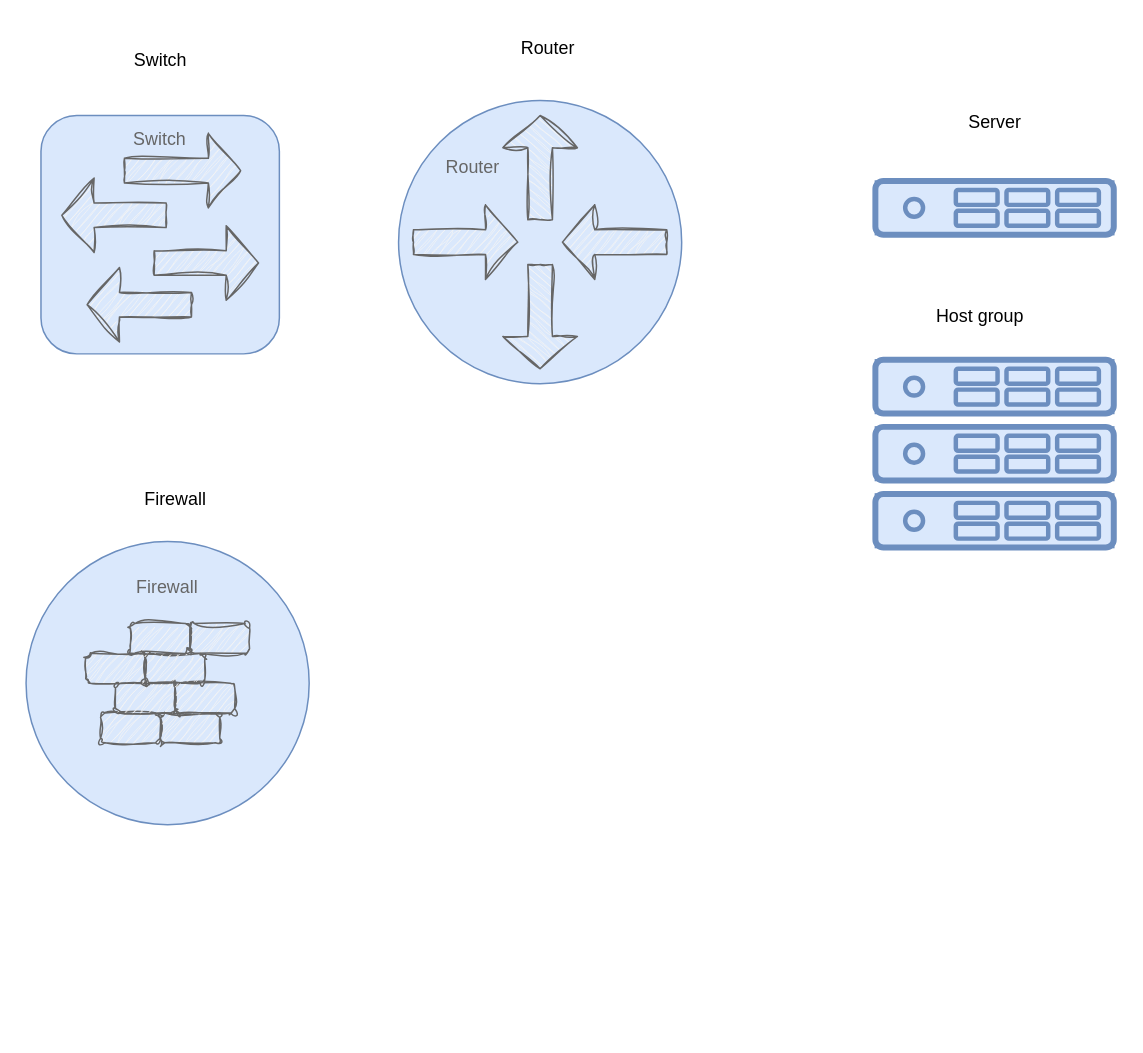
naemon/naemon.github.io keeps this draw.io diagram as src/public/images/usersguide/drawio/templates.drawio. Above is the earlier version. Source tidied: cells renumbered, new cells numbered last; positions are measured from the earlier drawing's top-left corner, leaving out a move shared by most shapes. Both pictures are drawn from the tidied source at 149%, with x=0, y=0 at pixel (25, 25).
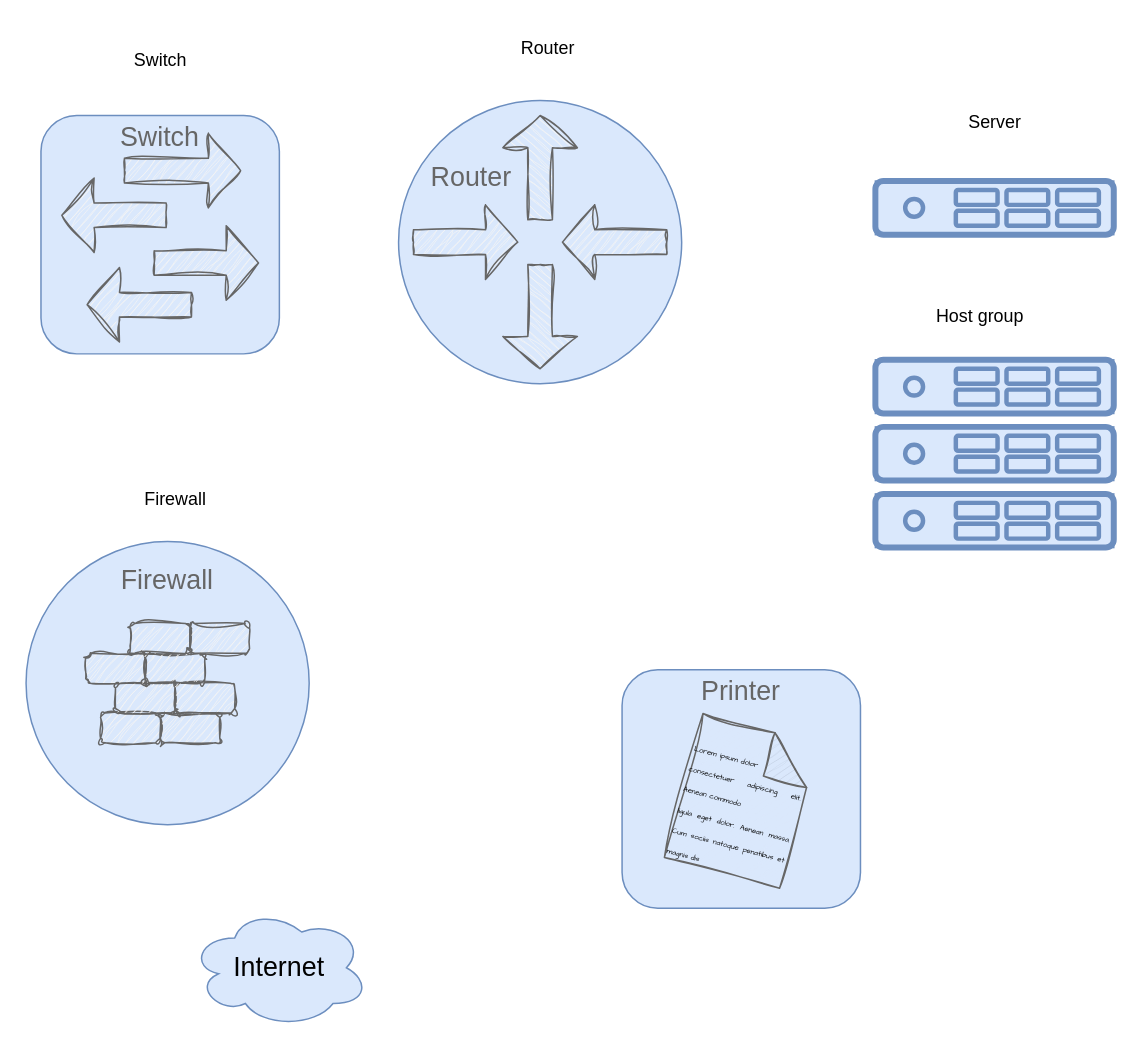
The same diagram, later.

Change to the diagram source:
```diff
@@
-    <mxCell id="13" style="group;fillColor=default;fillStyle=auto;" parent="1" vertex="1">
+    <mxCell id="13" style="group;fillColor=none;fillStyle=auto;" parent="1" vertex="1">
       <mxGeometry x="250" y="50" width="190" height="190" as="geometry" />
     </mxCell>
@@
-    <mxCell id="43" value="&lt;font color=&quot;#666666&quot;&gt;Firewall&lt;/font&gt;&lt;div&gt;&lt;font color=&quot;#666666&quot;&gt;&lt;br&gt;&lt;/font&gt;&lt;/div&gt;&lt;div&gt;&lt;font color=&quot;#666666&quot;&gt;&lt;br&gt;&lt;/font&gt;&lt;/div&gt;&lt;div&gt;&lt;font color=&quot;#666666&quot;&gt;&lt;br&gt;&lt;/font&gt;&lt;/div&gt;&lt;div&gt;&lt;font color=&quot;#666666&quot;&gt;&lt;br&gt;&lt;/font&gt;&lt;/div&gt;&lt;div&gt;&lt;font color=&quot;#666666&quot;&gt;&lt;br&gt;&lt;/font&gt;&lt;/div&gt;&lt;div&gt;&lt;font color=&quot;#666666&quot;&gt;&lt;br&gt;&lt;/font&gt;&lt;/div&gt;&lt;div&gt;&lt;font color=&quot;#666666&quot;&gt;&lt;br&gt;&lt;/font&gt;&lt;/div&gt;&lt;div&gt;&lt;font color=&quot;#666666&quot;&gt;&lt;br&gt;&lt;/font&gt;&lt;/div&gt;&lt;div&gt;&lt;br&gt;&lt;/div&gt;" style="ellipse;whiteSpace=wrap;html=1;fillColor=#dae8fc;strokeColor=#6c8ebf;" parent="1" vertex="1">
+    <mxCell id="43" value="&lt;font style=&quot;font-size: 18px;&quot; color=&quot;#666666&quot;&gt;Firewall&lt;/font&gt;&lt;div&gt;&lt;font style=&quot;font-size: 18px;&quot; color=&quot;#666666&quot;&gt;&lt;br&gt;&lt;/font&gt;&lt;/div&gt;&lt;div&gt;&lt;font style=&quot;font-size: 18px;&quot; color=&quot;#666666&quot;&gt;&lt;br&gt;&lt;/font&gt;&lt;/div&gt;&lt;div&gt;&lt;font style=&quot;font-size: 18px;&quot; color=&quot;#666666&quot;&gt;&lt;br&gt;&lt;/font&gt;&lt;/div&gt;&lt;div&gt;&lt;font style=&quot;font-size: 18px;&quot; color=&quot;#666666&quot;&gt;&lt;br&gt;&lt;/font&gt;&lt;/div&gt;&lt;div&gt;&lt;br&gt;&lt;/div&gt;&lt;div&gt;&lt;font style=&quot;font-size: 18px;&quot; color=&quot;#666666&quot;&gt;&lt;br&gt;&lt;/font&gt;&lt;/div&gt;&lt;div&gt;&lt;br&gt;&lt;/div&gt;" style="ellipse;whiteSpace=wrap;html=1;fillColor=#dae8fc;strokeColor=#6c8ebf;" parent="1" vertex="1">
       <mxGeometry y="346" width="190" height="190" as="geometry" />
     </mxCell>
@@
-    <mxCell id="53" value="&lt;font color=&quot;#666666&quot;&gt;Switch&lt;/font&gt;&lt;div&gt;&lt;font color=&quot;#666666&quot;&gt;&lt;br&gt;&lt;/font&gt;&lt;/div&gt;&lt;div&gt;&lt;font color=&quot;#666666&quot;&gt;&lt;br&gt;&lt;/font&gt;&lt;/div&gt;&lt;div&gt;&lt;font color=&quot;#666666&quot;&gt;&lt;br&gt;&lt;/font&gt;&lt;/div&gt;&lt;div&gt;&lt;font color=&quot;#666666&quot;&gt;&lt;br&gt;&lt;/font&gt;&lt;/div&gt;&lt;div&gt;&lt;font color=&quot;#666666&quot;&gt;&lt;br&gt;&lt;/font&gt;&lt;/div&gt;&lt;div&gt;&lt;font color=&quot;#666666&quot;&gt;&lt;br&gt;&lt;/font&gt;&lt;/div&gt;&lt;div&gt;&lt;font color=&quot;#666666&quot;&gt;&lt;br&gt;&lt;/font&gt;&lt;/div&gt;&lt;div&gt;&lt;font color=&quot;#666666&quot;&gt;&lt;br&gt;&lt;/font&gt;&lt;/div&gt;&lt;div&gt;&lt;br&gt;&lt;/div&gt;" style="rounded=1;whiteSpace=wrap;html=1;fillColor=#dae8fc;strokeColor=#6c8ebf;" parent="1" vertex="1">
+    <mxCell id="53" value="&lt;font style=&quot;font-size: 18px;&quot; color=&quot;#666666&quot;&gt;Switch&lt;/font&gt;&lt;div&gt;&lt;font color=&quot;#666666&quot;&gt;&lt;br&gt;&lt;/font&gt;&lt;/div&gt;&lt;div&gt;&lt;font color=&quot;#666666&quot;&gt;&lt;br&gt;&lt;/font&gt;&lt;/div&gt;&lt;div&gt;&lt;font color=&quot;#666666&quot;&gt;&lt;br&gt;&lt;/font&gt;&lt;/div&gt;&lt;div&gt;&lt;font color=&quot;#666666&quot;&gt;&lt;br&gt;&lt;/font&gt;&lt;/div&gt;&lt;div&gt;&lt;font color=&quot;#666666&quot;&gt;&lt;br&gt;&lt;/font&gt;&lt;/div&gt;&lt;div&gt;&lt;font color=&quot;#666666&quot;&gt;&lt;br&gt;&lt;/font&gt;&lt;/div&gt;&lt;div&gt;&lt;font color=&quot;#666666&quot;&gt;&lt;br&gt;&lt;/font&gt;&lt;/div&gt;&lt;div&gt;&lt;font color=&quot;#666666&quot;&gt;&lt;br&gt;&lt;/font&gt;&lt;/div&gt;&lt;div&gt;&lt;br&gt;&lt;/div&gt;" style="rounded=1;whiteSpace=wrap;html=1;fillColor=#dae8fc;strokeColor=#6c8ebf;" parent="1" vertex="1">
       <mxGeometry x="10" y="60" width="160" height="160" as="geometry" />
     </mxCell>
@@
-    <mxCell id="58" value="&lt;font color=&quot;#666666&quot;&gt;&amp;nbsp; &amp;nbsp; &amp;nbsp; &amp;nbsp; &amp;nbsp;Router&lt;/font&gt;&lt;div&gt;&lt;font color=&quot;#666666&quot;&gt;&lt;br&gt;&lt;/font&gt;&lt;/div&gt;&lt;div&gt;&lt;font color=&quot;#666666&quot;&gt;&lt;br&gt;&lt;/font&gt;&lt;/div&gt;&lt;div&gt;&lt;font color=&quot;#666666&quot;&gt;&lt;br&gt;&lt;/font&gt;&lt;/div&gt;&lt;div&gt;&lt;font color=&quot;#666666&quot;&gt;&lt;br&gt;&lt;/font&gt;&lt;/div&gt;&lt;div&gt;&lt;font color=&quot;#666666&quot;&gt;&lt;br&gt;&lt;/font&gt;&lt;/div&gt;&lt;div&gt;&lt;font color=&quot;#666666&quot;&gt;&lt;br&gt;&lt;/font&gt;&lt;/div&gt;&lt;div&gt;&lt;br&gt;&lt;/div&gt;" style="ellipse;whiteSpace=wrap;html=1;fillColor=#dae8fc;strokeColor=#6c8ebf;align=left;" parent="1" vertex="1">
+    <mxCell id="58" value="&lt;font color=&quot;#666666&quot;&gt;&amp;nbsp; &amp;nbsp; Router&amp;nbsp;&lt;/font&gt;&lt;div&gt;&lt;font color=&quot;#666666&quot;&gt;&lt;br&gt;&lt;/font&gt;&lt;/div&gt;&lt;div&gt;&lt;font color=&quot;#666666&quot;&gt;&lt;br&gt;&lt;/font&gt;&lt;/div&gt;&lt;div&gt;&lt;font color=&quot;#666666&quot;&gt;&lt;br&gt;&lt;/font&gt;&lt;/div&gt;&lt;div&gt;&lt;br&gt;&lt;/div&gt;" style="ellipse;whiteSpace=wrap;html=1;fillColor=#dae8fc;strokeColor=#6c8ebf;align=left;fontSize=18;" parent="1" vertex="1">
       <mxGeometry x="250" y="50" width="190" height="190" as="geometry" />
     </mxCell>
@@
+    <mxCell id="63" value="&lt;font style=&quot;font-size: 18px;&quot; color=&quot;#666666&quot;&gt;Printer&lt;/font&gt;&lt;div&gt;&lt;font style=&quot;font-size: 18px;&quot; color=&quot;#666666&quot;&gt;&lt;br&gt;&lt;/font&gt;&lt;/div&gt;&lt;div&gt;&lt;font style=&quot;font-size: 18px;&quot; color=&quot;#666666&quot;&gt;&lt;br&gt;&lt;/font&gt;&lt;/div&gt;&lt;div&gt;&lt;font style=&quot;font-size: 18px;&quot; color=&quot;#666666&quot;&gt;&lt;br&gt;&lt;/font&gt;&lt;/div&gt;&lt;div&gt;&lt;br&gt;&lt;/div&gt;&lt;div&gt;&lt;br&gt;&lt;/div&gt;&lt;div&gt;&lt;font style=&quot;font-size: 18px;&quot; color=&quot;#666666&quot;&gt;&lt;br&gt;&lt;/font&gt;&lt;/div&gt;&lt;div&gt;&lt;br&gt;&lt;/div&gt;" style="rounded=1;whiteSpace=wrap;html=1;fillColor=#dae8fc;strokeColor=#6c8ebf;" parent="1" vertex="1">
+      <mxGeometry x="400" y="432" width="160" height="160" as="geometry" />
+    </mxCell>
+    <mxCell id="64" value="&lt;div style=&quot;text-align: justify;&quot;&gt;&lt;span style=&quot;background-color: initial;&quot;&gt;&lt;font face=&quot;Comic Sans MS&quot; style=&quot;font-size: 5px;&quot;&gt;&lt;br&gt;&lt;/font&gt;&lt;/span&gt;&lt;/div&gt;&lt;div style=&quot;text-align: justify;&quot;&gt;&lt;span style=&quot;background-color: initial;&quot;&gt;&lt;font face=&quot;Comic Sans MS&quot; style=&quot;font-size: 5px;&quot;&gt;Lorem ipsum dolor&amp;nbsp; &amp;nbsp; &amp;nbsp; &amp;nbsp; &amp;nbsp; &amp;nbsp; &amp;nbsp; &amp;nbsp; consectetuer adipiscing elit. Aenean commodo&lt;br&gt; ligula eget dolor. Aenean massa. Cum sociis natoque penatibus et magnis dis&lt;/font&gt;&lt;/span&gt;&lt;/div&gt;" style="shape=note;whiteSpace=wrap;html=1;backgroundOutline=1;darkOpacity=0.05;rotation=15;fillColor=#dae8fc;strokeColor=#666666;sketch=1;curveFitting=1;jiggle=2;" parent="1" vertex="1">
+      <mxGeometry x="440" y="470" width="80" height="100" as="geometry" />
+    </mxCell>
+    <mxCell id="65" value="Internet" style="ellipse;shape=cloud;whiteSpace=wrap;html=1;fillColor=#dae8fc;strokeColor=#6c8ebf;fontSize=18;" parent="1" vertex="1">
+      <mxGeometry x="110" y="592" width="120" height="80" as="geometry" />
+    </mxCell>
```
